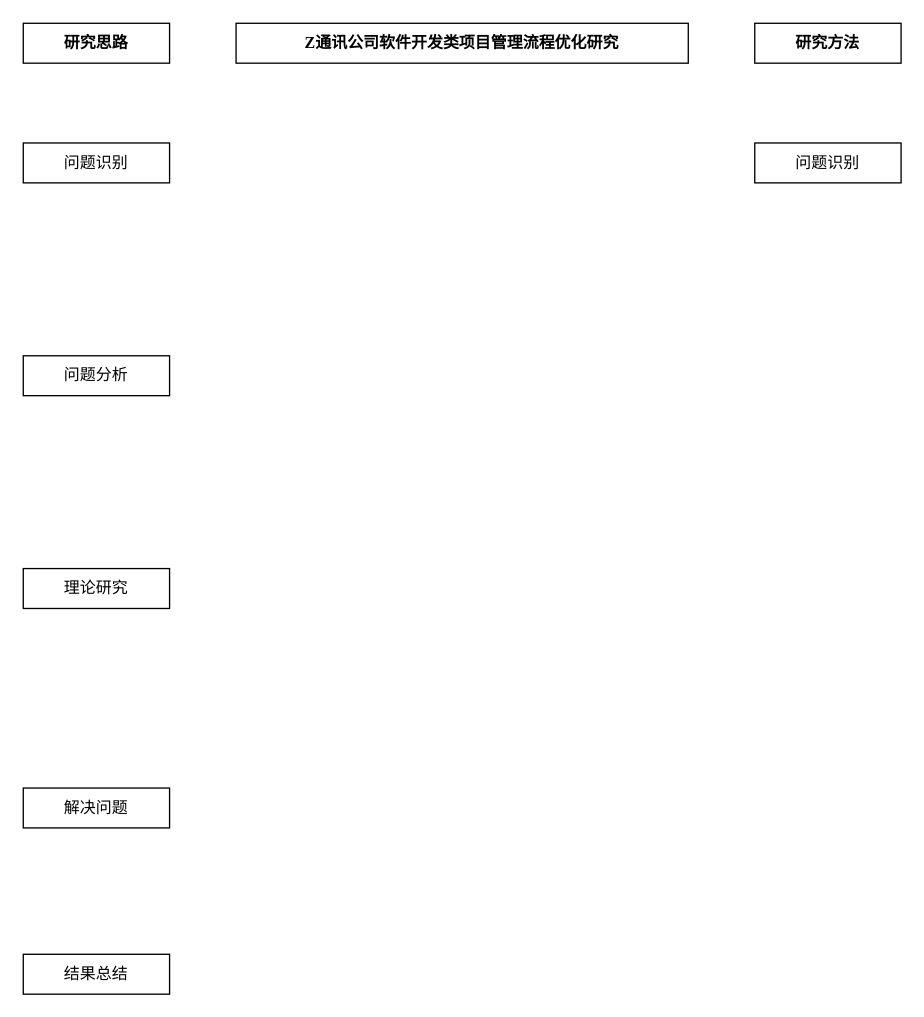
This is 技术路线图.drawio from zhengt666/homework, a draw.io file, before an edit. Source tidied: cells renumbered, new cells numbered last; positions are measured from the earlier drawing's top-left corner, leaving out a move shared by most shapes. Both pictures are drawn from the tidied source at 133%, with x=0, y=0 at pixel (23, 23).
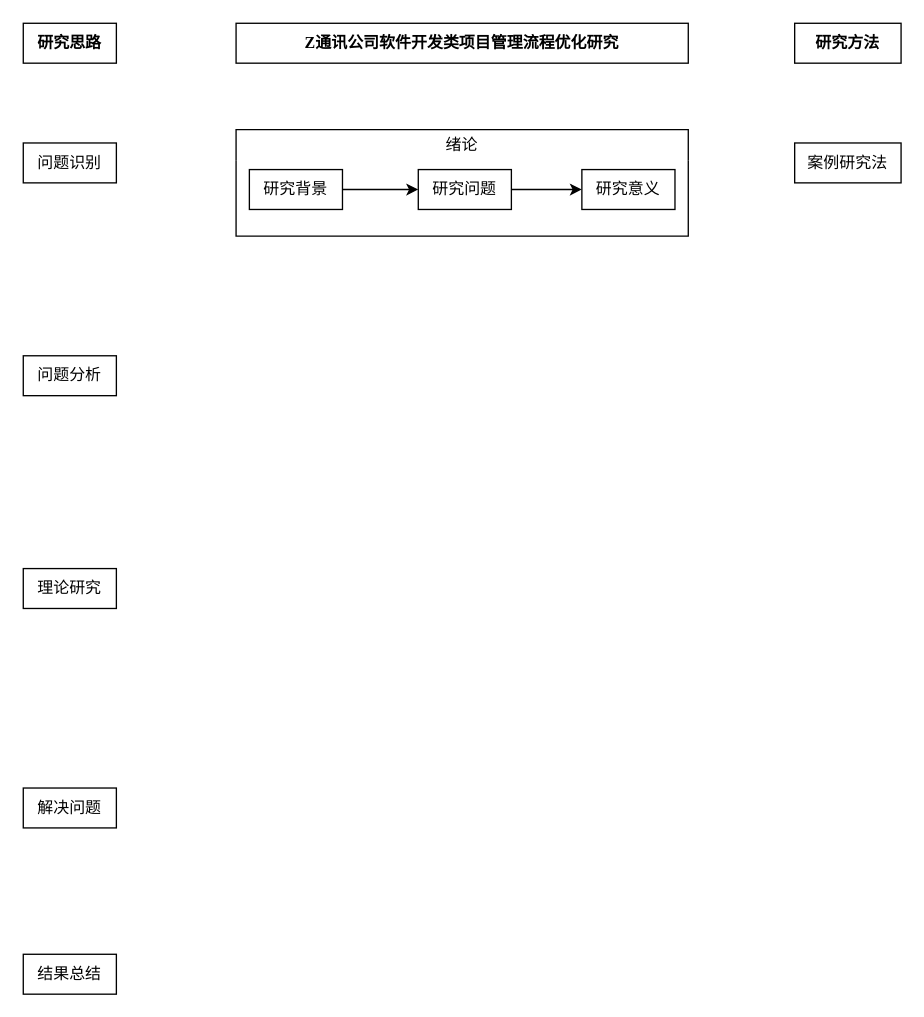
Above is the later version.

Commit message (it also covers changes not shown here):
更新技术路线图.drawio

The edit, as a diff of the source:
```diff
@@
 <mxGraphModel>
   <root>
     <mxCell id="0" />
     <mxCell id="1" parent="0" />
     <mxCell id="2" value="&lt;font style=&quot;&quot;&gt;&lt;b style=&quot;&quot;&gt;&lt;span lang=&quot;EN-US&quot; style=&quot;font-family: &amp;quot;Times New Roman&amp;quot;, serif;&quot;&gt;Z&lt;/span&gt;&lt;span style=&quot;font-family: 黑体;&quot;&gt;通讯公司软件开发类项目管理流程优化研究&lt;/span&gt;&lt;/b&gt;&lt;/font&gt;" style="rounded=0;whiteSpace=wrap;html=1;" parent="1" vertex="1">
       <mxGeometry x="160" width="340" height="30" as="geometry" />
     </mxCell>
     <mxCell id="3" value="&lt;b&gt;研究思路&lt;/b&gt;" style="rounded=0;whiteSpace=wrap;html=1;" parent="1" vertex="1">
-      <mxGeometry width="110" height="30" as="geometry" />
+      <mxGeometry width="70" height="30" as="geometry" />
     </mxCell>
     <mxCell id="4" value="&lt;b&gt;研究方法&lt;/b&gt;" style="rounded=0;whiteSpace=wrap;html=1;" parent="1" vertex="1">
-      <mxGeometry x="550" width="110" height="30" as="geometry" />
+      <mxGeometry x="580" width="80" height="30" as="geometry" />
     </mxCell>
     <mxCell id="5" value="问题识别" style="rounded=0;whiteSpace=wrap;html=1;" parent="1" vertex="1">
-      <mxGeometry y="90" width="110" height="30" as="geometry" />
+      <mxGeometry y="90" width="70" height="30" as="geometry" />
     </mxCell>
-    <mxCell id="6" value="问题识别" style="rounded=0;whiteSpace=wrap;html=1;" parent="1" vertex="1">
-      <mxGeometry x="550" y="90" width="110" height="30" as="geometry" />
+    <mxCell id="6" value="案例研究法" style="rounded=0;whiteSpace=wrap;html=1;" parent="1" vertex="1">
+      <mxGeometry x="580" y="90" width="80" height="30" as="geometry" />
     </mxCell>
     <mxCell id="7" value="问题分析" style="rounded=0;whiteSpace=wrap;html=1;" parent="1" vertex="1">
-      <mxGeometry y="250" width="110" height="30" as="geometry" />
+      <mxGeometry y="250" width="70" height="30" as="geometry" />
     </mxCell>
     <mxCell id="8" value="理论研究" style="rounded=0;whiteSpace=wrap;html=1;" parent="1" vertex="1">
-      <mxGeometry y="410" width="110" height="30" as="geometry" />
+      <mxGeometry y="410" width="70" height="30" as="geometry" />
     </mxCell>
     <mxCell id="9" value="解决问题" style="rounded=0;whiteSpace=wrap;html=1;" parent="1" vertex="1">
-      <mxGeometry y="575" width="110" height="30" as="geometry" />
+      <mxGeometry y="575" width="70" height="30" as="geometry" />
     </mxCell>
     <mxCell id="10" value="结果总结" style="rounded=0;whiteSpace=wrap;html=1;" parent="1" vertex="1">
-      <mxGeometry y="700" width="110" height="30" as="geometry" />
+      <mxGeometry y="700" width="70" height="30" as="geometry" />
     </mxCell>
+    <mxCell id="11" value="&lt;span style=&quot;font-weight: normal;&quot;&gt;绪论&lt;/span&gt;" style="swimlane;whiteSpace=wrap;html=1;startSize=23;backgroundOutline=0;fixedHeader=0;fillColor=none;swimlaneLine=0;" parent="1" vertex="1">
+      <mxGeometry x="160" y="80" width="340" height="80" as="geometry" />
+    </mxCell>
+    <mxCell id="12" style="edgeStyle=orthogonalEdgeStyle;rounded=0;jettySize=auto;html=1;fontFamily=Helvetica;fontSize=12;fontColor=default;fontStyle=1;" parent="11" edge="1" source="13" target="15">
+      <mxGeometry relative="1" as="geometry" />
+    </mxCell>
+    <mxCell id="13" value="研究背景" style="rounded=0;whiteSpace=wrap;html=1;" parent="11" vertex="1">
+      <mxGeometry x="10" y="30" width="70" height="30" as="geometry" />
+    </mxCell>
+    <mxCell id="14" style="edgeStyle=orthogonalEdgeStyle;rounded=0;jettySize=auto;html=1;fontFamily=Helvetica;fontSize=12;fontColor=default;fontStyle=1;" parent="11" edge="1" source="15" target="16">
+      <mxGeometry relative="1" as="geometry" />
+    </mxCell>
+    <mxCell id="15" value="研究问题" style="rounded=0;whiteSpace=wrap;html=1;" parent="11" vertex="1">
+      <mxGeometry x="137" y="30" width="70" height="30" as="geometry" />
+    </mxCell>
+    <mxCell id="16" value="研究意义" style="rounded=0;whiteSpace=wrap;html=1;" parent="11" vertex="1">
+      <mxGeometry x="260" y="30" width="70" height="30" as="geometry" />
+    </mxCell>
   </root>
 </mxGraphModel>
```
